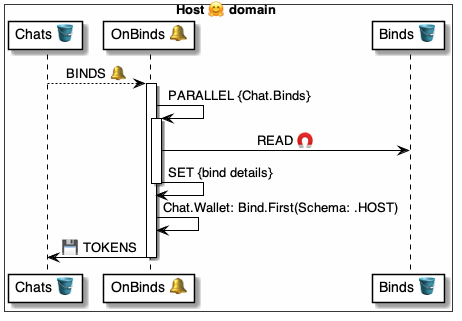
Above: 4 ⚙️ Solution/41 🎭 Domain Roles/Hosts 🤗/🤗🪣 Host tables/Chats 💬 table/🪣🔔 12 Binds/🤗 OnChatBinds ⚙️ uml.png in pollyweb-org/pollyweb-docs (PlantUML), before the change. Its source is kept beside it as 4 ⚙️ Solution/41 🎭 Domain Roles/Hosts 🤗/🤗🪣 Host tables/Chats 💬 table/🪣🔔 12 Binds/🤗 OnChatBinds ⚙️ uml.puml.
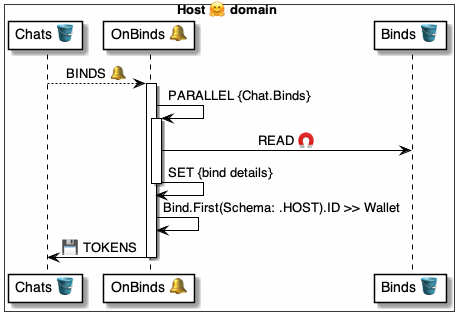
Above is the later version.

Diff of the diagram source:
```diff
@@ -17,7 +17,7 @@
         script -> script: SET {bind details}
     deactivate script
 
-    script -> script: Chat.Wallet: Bind.First(Schema: .HOST)
+    script -> script: Bind.First(Schema: .HOST).ID >> Wallet
 
     script -> chats: 💾 TOKENS
 
```
